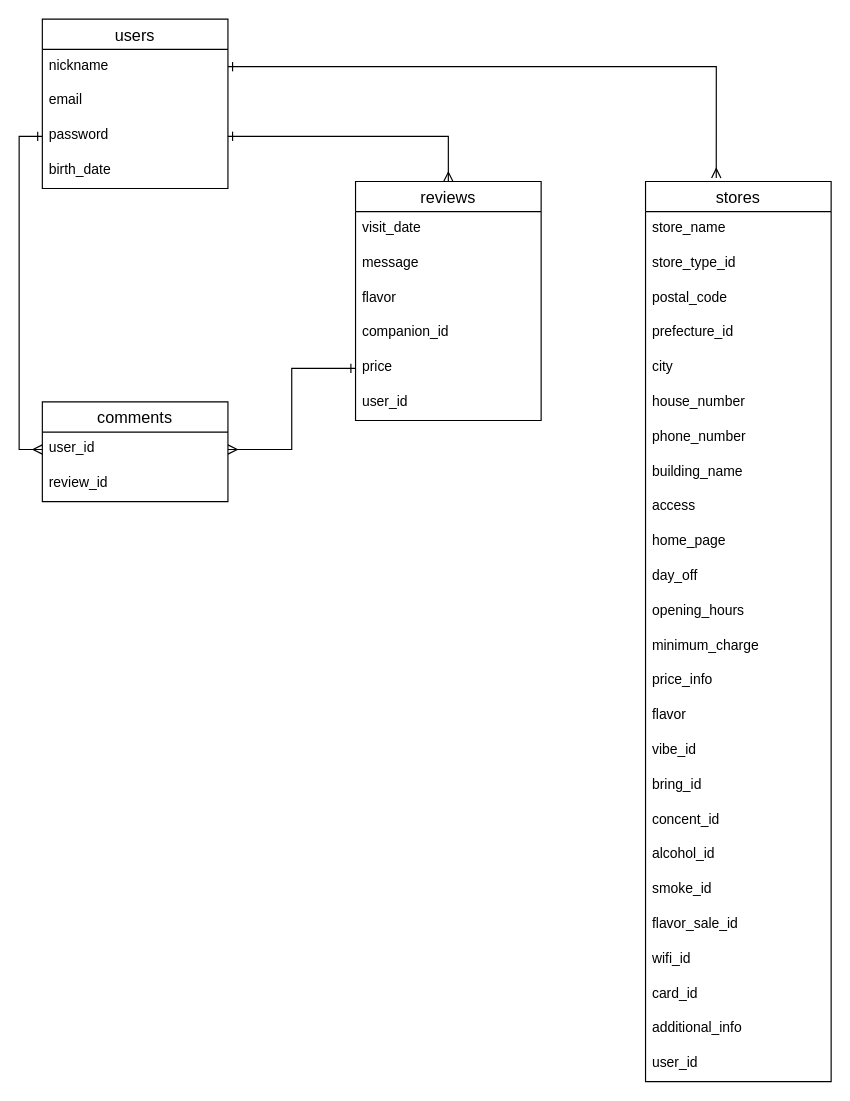
elmo-24/into-shisha keeps this draw.io diagram as into_shisha.dio. Above is the earlier version. Source tidied: cells renumbered, new cells numbered last; positions are measured from the earlier drawing's top-left corner, leaving out a move shared by most shapes. Both pictures are drawn from the tidied source at 116%, with x=0, y=0 at pixel (42, 19).
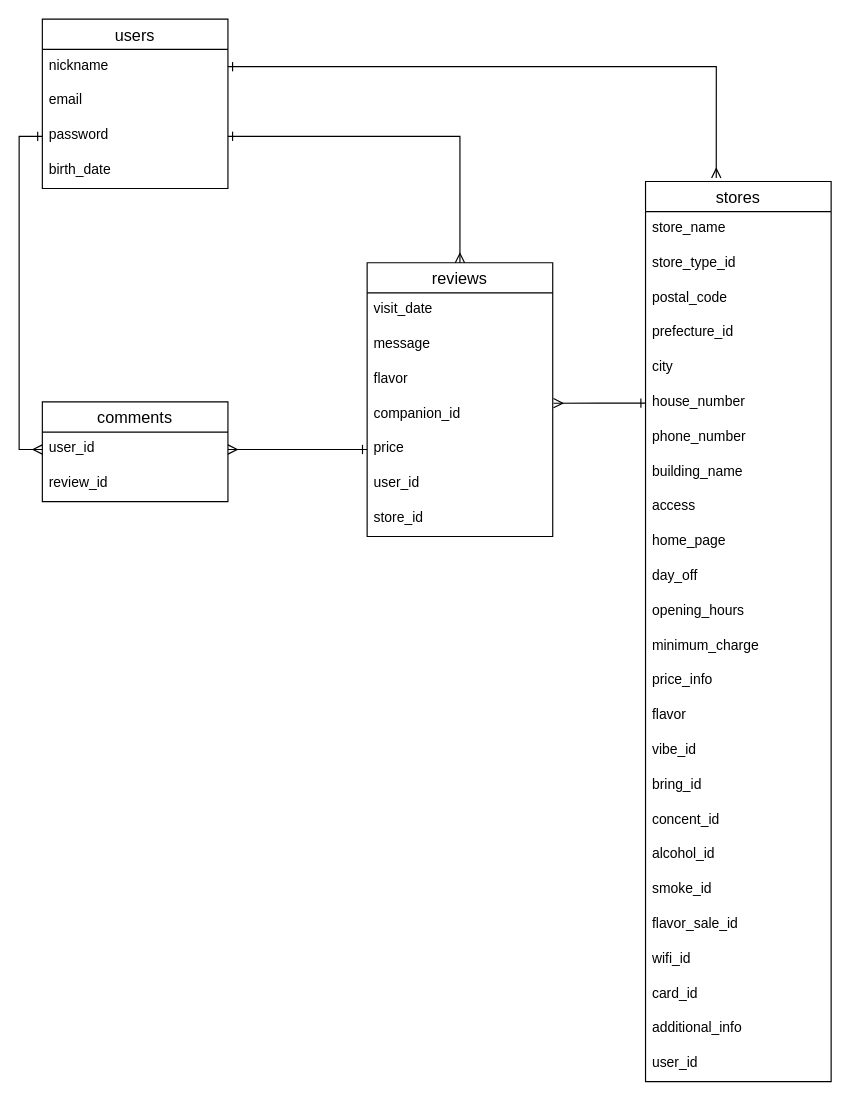
The same diagram, later.

The change refers to these unchanged cells:
```xml
<mxCell id="8" value="house_number" style="text;strokeColor=none;fillColor=none;spacingLeft=4;spacingRight=4;overflow=hidden;points=[[0,0.5],[1,0.5]];portConstraint=eastwest;fontSize=12;" parent="2" vertex="1">
  <mxGeometry y="176" width="160" height="30" as="geometry" />
</mxCell>
<mxCell id="32" value="companion_id" style="text;strokeColor=none;fillColor=none;spacingLeft=4;spacingRight=4;overflow=hidden;points=[[0,0.5],[1,0.5]];portConstraint=eastwest;fontSize=12;" parent="28" vertex="1">
  <mxGeometry y="116" width="160" height="30" as="geometry" />
</mxCell>
```

Change to the diagram source:
```diff
@@
     <mxCell id="28" value="reviews" style="swimlane;fontStyle=0;horizontal=1;startSize=26;align=center;fontSize=14;" parent="1" vertex="1">
-      <mxGeometry x="270" y="140" width="160" height="206" as="geometry" />
+      <mxGeometry x="280" y="210" width="160" height="236" as="geometry" />
     </mxCell>
@@
+    <mxCell id="47" value="user_id" style="text;strokeColor=none;fillColor=none;spacingLeft=4;spacingRight=4;overflow=hidden;fontSize=12;" parent="28" vertex="1">
+      <mxGeometry y="176" width="160" height="30" as="geometry" />
+    </mxCell>
-    <mxCell id="34" value="user_id" style="text;strokeColor=none;fillColor=none;spacingLeft=4;spacingRight=4;overflow=hidden;fontSize=12;" parent="28" vertex="1">
-      <mxGeometry y="176" width="160" height="30" as="geometry" />
+    <mxCell id="34" value="store_id" style="text;strokeColor=none;fillColor=none;spacingLeft=4;spacingRight=4;overflow=hidden;fontSize=12;" parent="28" vertex="1">
+      <mxGeometry y="206" width="160" height="30" as="geometry" />
     </mxCell>
@@
+    <mxCell id="48" style="edgeStyle=orthogonalEdgeStyle;rounded=0;jettySize=auto;html=1;exitX=0;exitY=0.5;exitDx=0;exitDy=0;entryX=1.004;entryY=0.17;entryDx=0;entryDy=0;entryPerimeter=0;endArrow=ERmany;endFill=0;startArrow=ERone;startFill=0;" parent="1" edge="1" source="8" target="32">
+      <mxGeometry relative="1" as="geometry" />
+    </mxCell>
```
